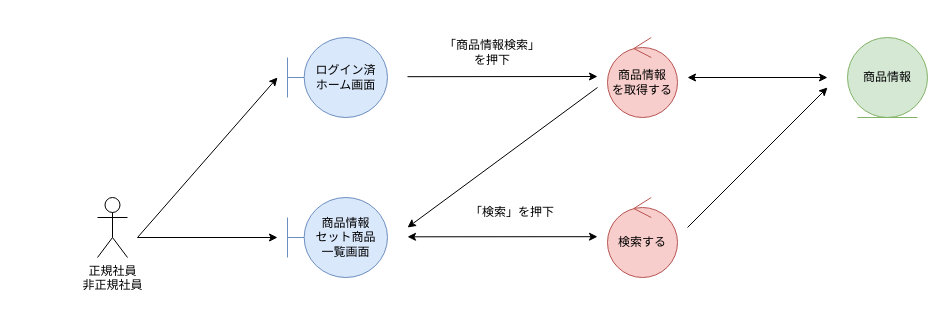
Above: page "*商品情報検索" (1 of 3) of 各種設計書/3ロバストネス図/商品情報管理/2.検索機能.drawio in HaruShim/Sotuken (draw.io), before the change. Source tidied: cells renumbered, new cells numbered last; positions are measured from the earlier drawing's top-left corner, leaving out a move shared by most shapes. Both pictures are drawn from the tidied source at 100%, with x=0, y=0 at pixel (97, 37).
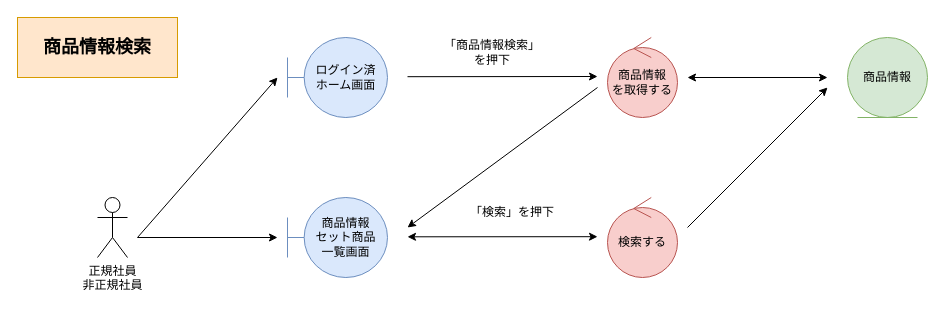
The same diagram, later.

The edit, as a diff of the source:
```diff
@@
+    <mxCell id="17" value="商品情報検索" style="rounded=0;whiteSpace=wrap;html=1;fillColor=#ffe6cc;strokeColor=#d79b00;fontStyle=1;fontSize=18;" parent="1" vertex="1">
+      <mxGeometry x="-80" y="-20" width="160" height="60" as="geometry" />
+    </mxCell>
```
